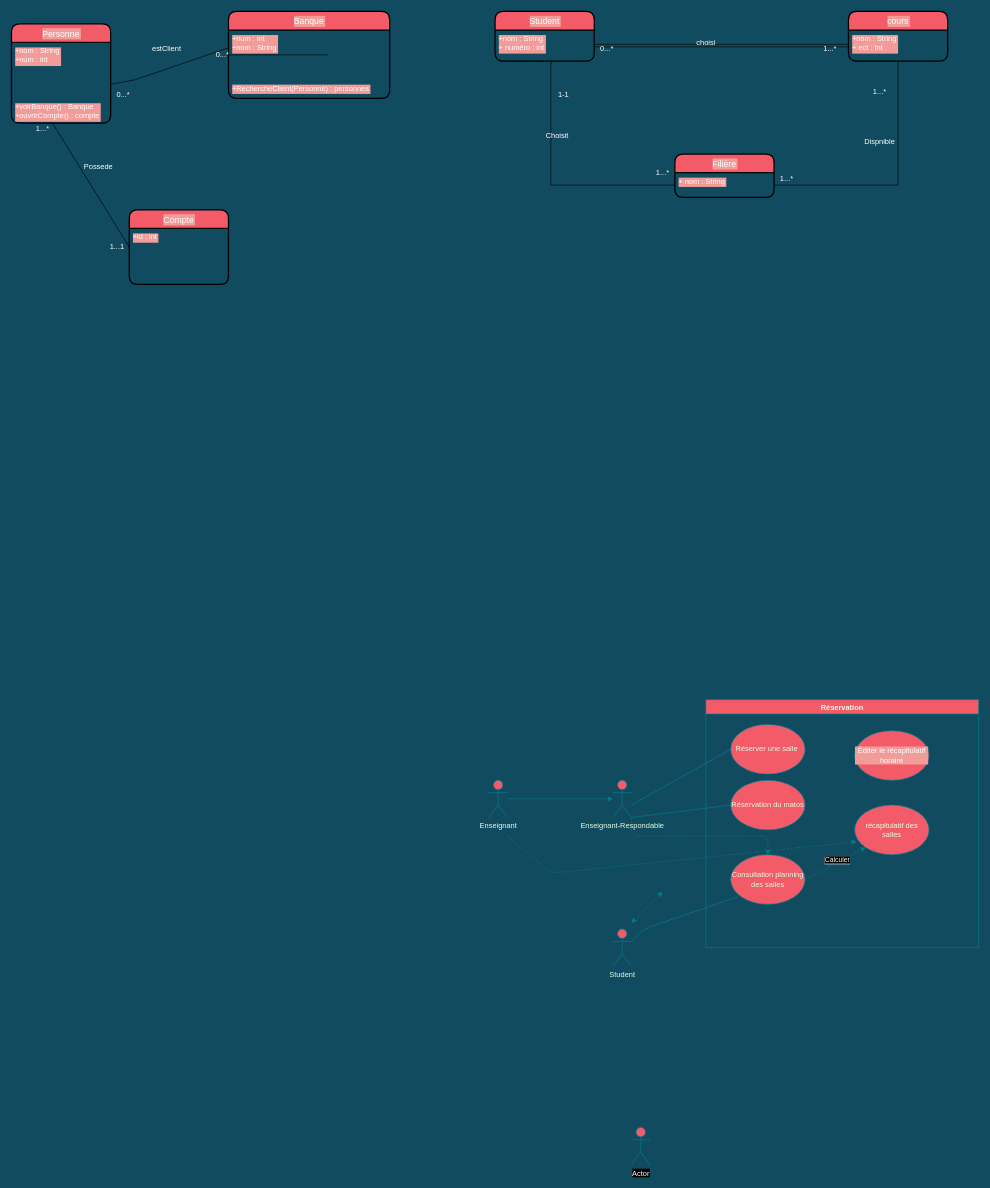
Before: Untitled Diagram.drawio in James-Merthy/diagram_exo, a draw.io diagram. Source tidied: cells renumbered, new cells numbered last; positions are measured from the earlier drawing's top-left corner, leaving out a move shared by most shapes. Both pictures are drawn from the tidied source at 62%, with x=0, y=0 at pixel (11, 11).
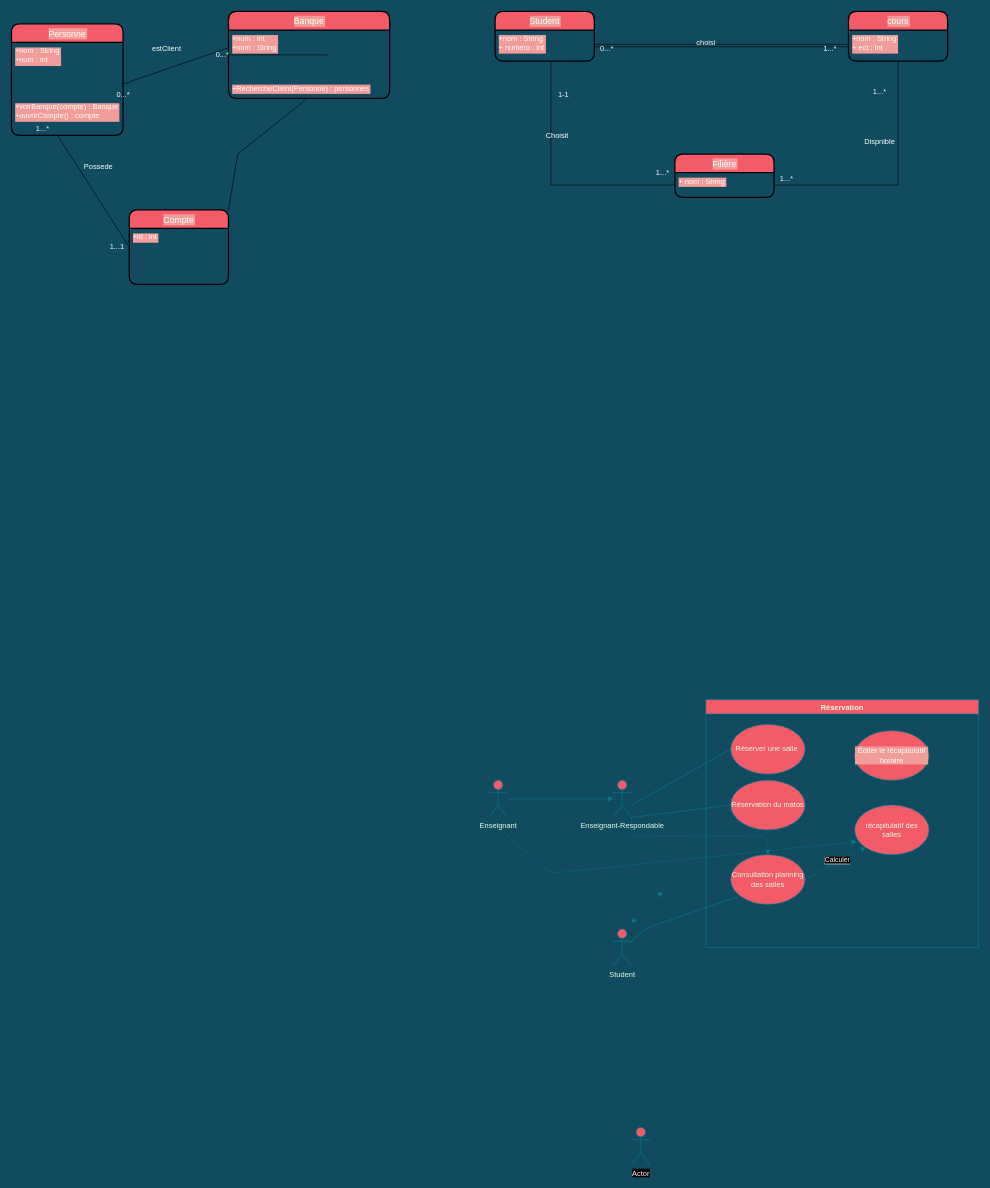
The same page after the edit.

The change refers to these unchanged cells:
```xml
<mxCell id="46" value="+RechercheClient(Personne) : personnes" style="text;strokeColor=none;fillColor=none;spacingLeft=4;spacingRight=4;overflow=hidden;points=[[0,0.5],[1,0.5]];portConstraint=eastwest;fontSize=12;rounded=0;labelBackgroundColor=#F19C99;sketch=0;fontColor=#FFFFFF;" parent="43" vertex="1">
  <mxGeometry y="110" width="260" height="30" as="geometry" />
</mxCell>
<mxCell id="48" value="Compte" style="swimlane;horizontal=1;startSize=30;rounded=1;fontSize=14;fontStyle=0;strokeWidth=2;shadow=0;dashed=0;align=center;labelBackgroundColor=#F19C99;sketch=0;fontColor=#FFFFFF;fillColor=#F45B69;" parent="1" vertex="1">
  <mxGeometry x="190" y="320" width="160" height="120" as="geometry" />
</mxCell>
```

What changed in the source:
```diff
@@
     <mxCell id="40" value="Personne" style="swimlane;horizontal=1;startSize=30;rounded=1;fontSize=14;fontStyle=0;strokeWidth=2;shadow=0;dashed=0;align=center;labelBackgroundColor=#F19C99;sketch=0;fontColor=#FFFFFF;fillColor=#F45B69;" parent="1" vertex="1">
-      <mxGeometry y="20" width="160" height="160" as="geometry" />
+      <mxGeometry y="20" width="180" height="180" as="geometry" />
     </mxCell>
     <mxCell id="41" value="+nom : String&#10;+num : int&#10;" style="align=left;strokeColor=none;fillColor=none;spacingLeft=4;fontSize=12;verticalAlign=top;rounded=0;labelBackgroundColor=#F19C99;sketch=0;fontColor=#FFFFFF;" parent="40" vertex="1">
-      <mxGeometry y="30" width="160" height="90" as="geometry" />
+      <mxGeometry y="30" width="180" height="90" as="geometry" />
     </mxCell>
-    <mxCell id="42" value="+voirBanque() : Banque&#10;+ouvrirCompte() : compte" style="text;strokeColor=none;fillColor=none;align=left;verticalAlign=top;spacingLeft=4;spacingRight=4;overflow=hidden;points=[[0,0.5],[1,0.5]];portConstraint=eastwest;rounded=0;labelBackgroundColor=#F19C99;sketch=0;fontColor=#FFFFFF;" parent="40" vertex="1">
-      <mxGeometry y="120" width="160" height="40" as="geometry" />
+    <mxCell id="42" value="+voirBanque(compte) : Banque&#10;+ouvrirCompte() : compte" style="text;strokeColor=none;fillColor=none;align=left;verticalAlign=top;spacingLeft=4;spacingRight=4;overflow=hidden;points=[[0,0.5],[1,0.5]];portConstraint=eastwest;rounded=0;labelBackgroundColor=#F19C99;sketch=0;fontColor=#FFFFFF;" parent="40" vertex="1">
+      <mxGeometry y="120" width="180" height="60" as="geometry" />
     </mxCell>
@@
+    <mxCell id="57" style="endArrow=none;html=1;rounded=0;sketch=0;fontColor=#FFFFFF;endSize=7;strokeColor=#000000;fillColor=#F45B69;entryX=0.477;entryY=1.1;entryDx=0;entryDy=0;entryPerimeter=0;exitX=1;exitY=0;exitDx=0;exitDy=0;" parent="1" edge="1" source="48" target="46">
+      <mxGeometry relative="1" as="geometry">
+        <Array as="points">
+          <mxPoint x="365" y="230" />
+        </Array>
+      </mxGeometry>
+    </mxCell>
```
